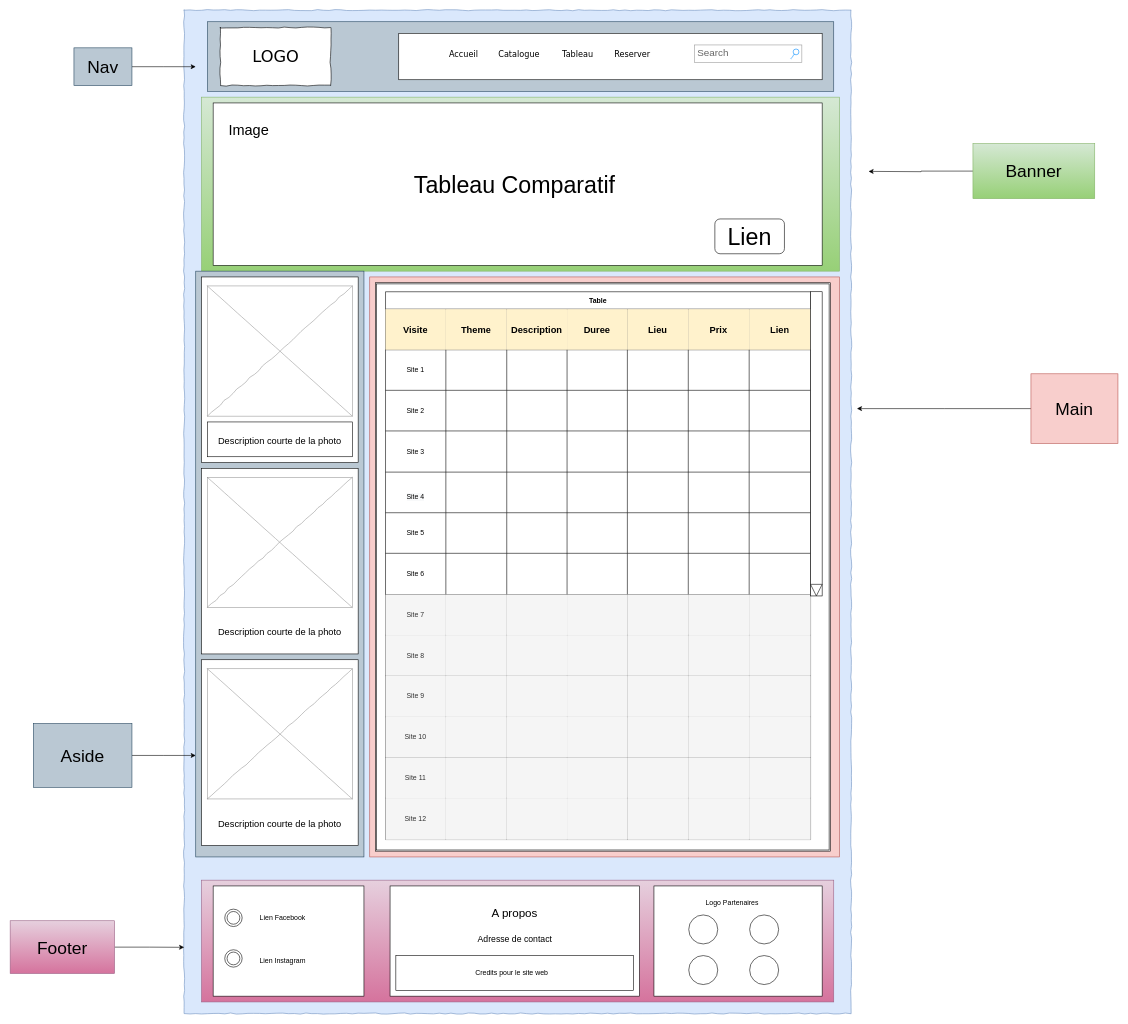
Before: page "Tableau" (5 of 6) of src/Autres fichiers/proto_home_21_08.drawio in arseneRuben/programmation-web-tp, a draw.io diagram. Source tidied: cells renumbered, new cells numbered last; positions are measured from the earlier drawing's top-left corner, leaving out a move shared by most shapes. Both pictures are drawn from the tidied source at 58%, with x=0, y=0 at pixel (10, 10).
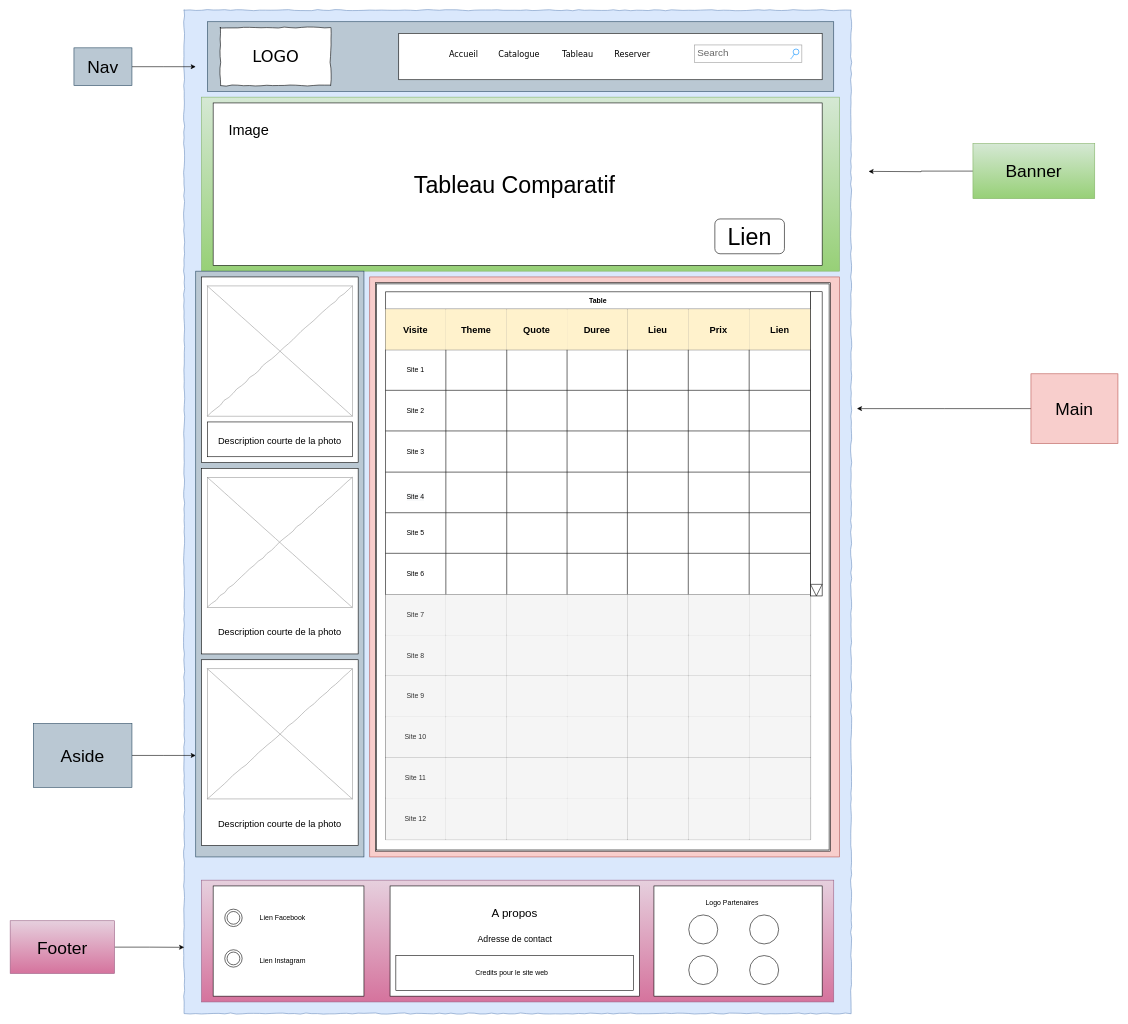
After the change.

The change refers to these unchanged cells:
```xml
<mxCell id="57" style="shape=tableRow;horizontal=0;startSize=0;swimlaneHead=0;swimlaneBody=0;top=0;left=0;bottom=0;right=0;fillColor=none;" parent="56" vertex="1">
  <mxGeometry y="30" width="732.8" height="70" as="geometry" />
</mxCell>
```

Change to the diagram source:
```diff
@@
-    <mxCell id="60" value="&lt;span style=&quot;font-size: 16px;&quot;&gt;Description&lt;/span&gt;" style="shape=partialRectangle;html=1;whiteSpace=wrap;fillColor=#fff2cc;top=0;left=0;bottom=0;right=0;overflow=hidden;fontStyle=1;fontSize=16;strokeColor=#d6b656;" parent="57" vertex="1">
+    <mxCell id="60" value="&lt;span style=&quot;font-size: 16px;&quot;&gt;Quote&lt;/span&gt;" style="shape=partialRectangle;html=1;whiteSpace=wrap;fillColor=#fff2cc;top=0;left=0;bottom=0;right=0;overflow=hidden;fontStyle=1;fontSize=16;strokeColor=#d6b656;" parent="57" vertex="1">
       <mxGeometry x="209" width="104" height="70" as="geometry" />
     </mxCell>
```
